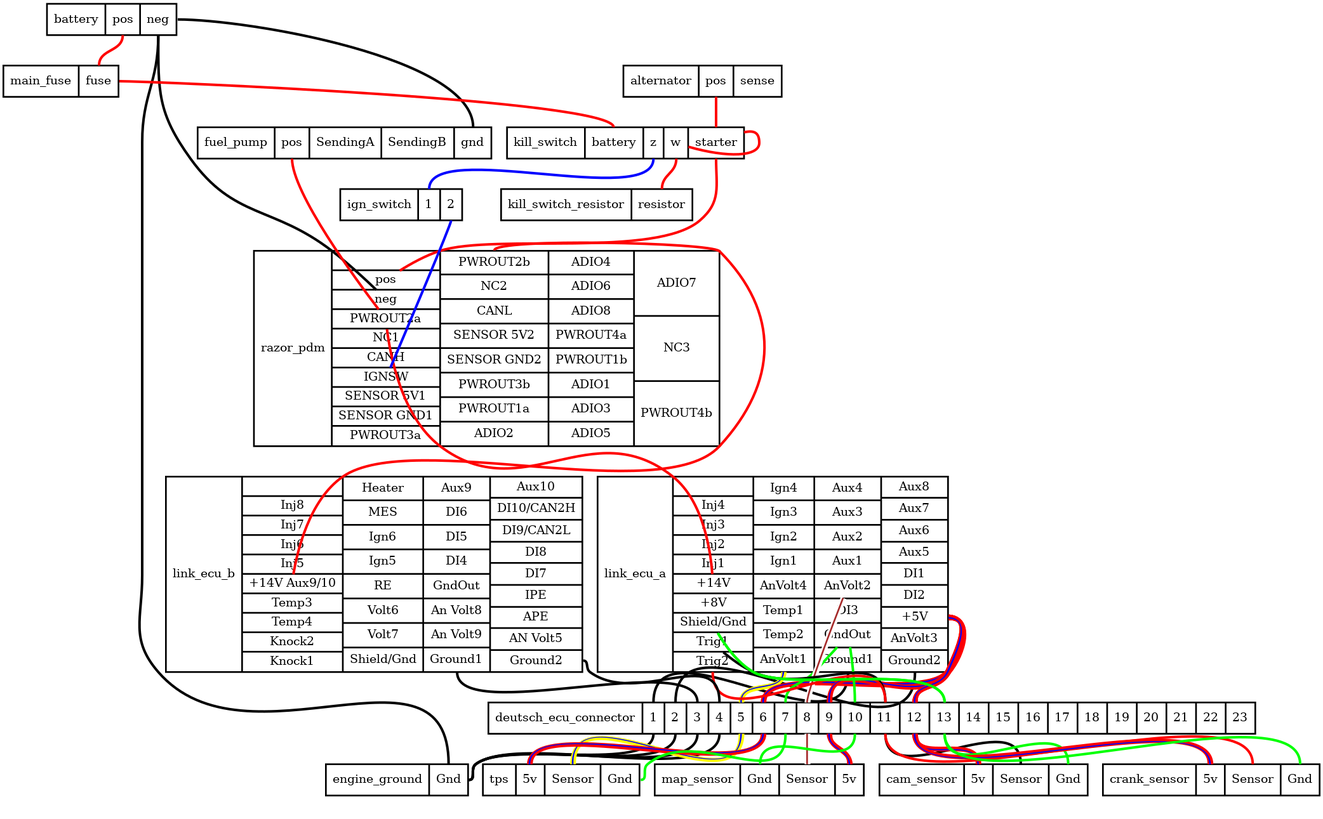
The Graphviz diagram corrado_wiring.png in djhedges/corrado_wiring, before a commit. Its source is kept beside it as corrado_wiring.dot.
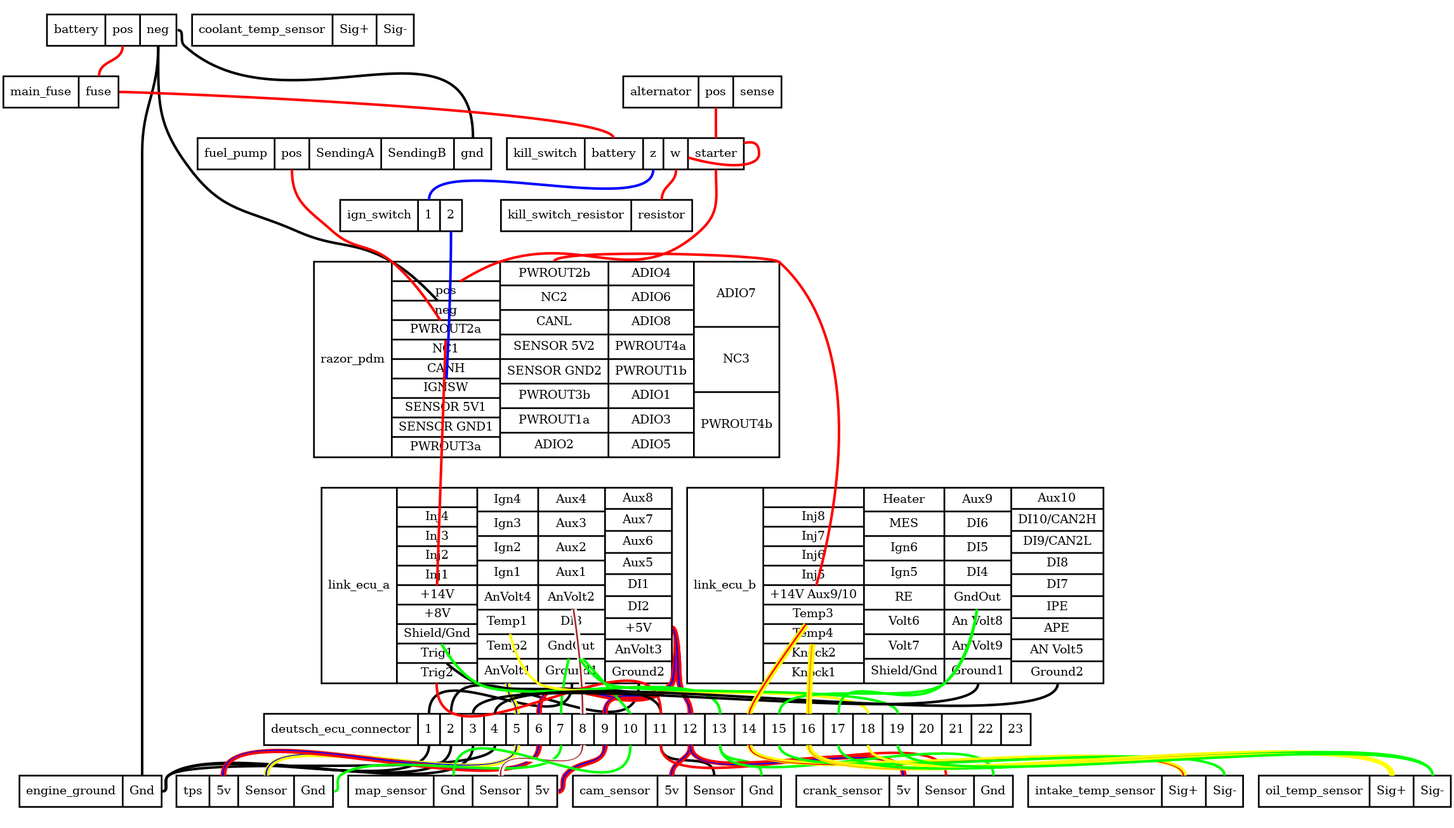
After the change.

Commit message:
Add temp sensors

The edit, as a diff of the source:
```diff
@@ -1,3 +1,3 @@
 graph "" {
-	graph [bb="0,0,1555,936"];
+	graph [bb="0,0,1710.5,936"];
 	node [label="\N"];
@@ -26,8 +26,8 @@
 NC3> NC3  | <PWROUT4b> PWROUT4b } ",
-		pos="571,528.5",
-		rects="296,413.5,388,643.5 388,620.5,516,643.5 388,597.5,516,620.5 388,574.5,516,597.5 388,551.5,516,574.5 388,528.5,516,551.5 388,505.5,\
-516,528.5 388,482.5,516,505.5 388,459.5,516,482.5 388,436.5,516,459.5 388,413.5,516,436.5 516,615.5,644,643.5 516,586.5,644,615.5 \
-516,557.5,644,586.5 516,528.5,644,557.5 516,500.5,644,528.5 516,471.5,644,500.5 516,442.5,644,471.5 516,413.5,644,442.5 644,615.5,\
-745,643.5 644,586.5,745,615.5 644,557.5,745,586.5 644,528.5,745,557.5 644,500.5,745,528.5 644,471.5,745,500.5 644,442.5,745,471.5 \
-644,413.5,745,442.5 745,567.5,846,643.5 745,490.5,846,567.5 745,413.5,846,490.5",
+		pos="642,528.5",
+		rects="367,413.5,459,643.5 459,620.5,587,643.5 459,597.5,587,620.5 459,574.5,587,597.5 459,551.5,587,574.5 459,528.5,587,551.5 459,505.5,\
+587,528.5 459,482.5,587,505.5 459,459.5,587,482.5 459,436.5,587,459.5 459,413.5,587,436.5 587,615.5,715,643.5 587,586.5,715,615.5 \
+587,557.5,715,586.5 587,528.5,715,557.5 587,500.5,715,528.5 587,471.5,715,500.5 587,442.5,715,471.5 587,413.5,715,442.5 715,615.5,\
+816,643.5 715,586.5,816,615.5 715,557.5,816,586.5 715,528.5,816,557.5 715,500.5,816,528.5 715,471.5,816,500.5 715,442.5,816,471.5 \
+715,413.5,816,442.5 816,567.5,917,643.5 816,490.5,917,567.5 816,413.5,917,490.5",
 		shape=record,
@@ -37,3 +37,4 @@
 		penwidth=3,
-		pos="183,899 183,831.95 181.85,807.43 221,753 272.76,681.05 317.72,698 388,644 407.43,629.08 428.23,609.68 440.67,597.66"];
+		pos="183,899 183,831.95 180.41,806.37 221,753 260.18,701.48 287.85,706.28 347,680 394.78,658.77 413.66,670.05 459,644 480.76,631.5 501.52,\
+610.64 513.22,597.78"];
 	fuel_pump	[height=0.51389,
@@ -47,7 +48,7 @@
 		penwidth=3,
-		pos="206,917.5 288.57,917.5 555,872.57 555,790"];
+		pos="206,917.5 214.96,917.5 207.36,905.01 214,899 331.92,792.18 555,949.11 555,790"];
 	engine_ground	[height=0.51389,
 		label="engine_ground | <Gnd> Gnd ",
-		pos="465,18.5",
-		rects="381,0.5,503,36.5 503,0.5,549,36.5",
+		pos="103,18.5",
+		rects="19,0.5,141,36.5 141,0.5,187,36.5",
 		shape=record,
@@ -57,4 +58,3 @@
 		penwidth=3,
-		pos="183,899 183,842.15 164,829.35 164,772.5 164,772.5 164,772.5 164,260.5 164,208.92 149.23,184.99 183,146 287.72,25.089 526,196.96 \
-526,37"];
+		pos="183,899 183,842.15 164,829.35 164,772.5 164,772.5 164,772.5 164,260.5 164,161.17 164,136.33 164,37"];
 	kill_switch	[height=0.51389,
@@ -75,9 +75,9 @@
 5V> +5V  | <AnVolt3> AnVolt3  | <Ground2> Ground2 } ",
-		pos="909,261.5",
-		rects="702,146.5,791,376.5 791,353.5,886,376.5 791,330.5,886,353.5 791,307.5,886,330.5 791,284.5,886,307.5 791,261.5,886,284.5 791,238.5,\
-886,261.5 791,215.5,886,238.5 791,192.5,886,215.5 791,169.5,886,192.5 791,146.5,886,169.5 886,348.5,958,376.5 886,319.5,958,348.5 \
-886,290.5,958,319.5 886,261.5,958,290.5 886,233.5,958,261.5 886,204.5,958,233.5 886,175.5,958,204.5 886,146.5,958,175.5 958,348.5,\
-1037,376.5 958,319.5,1037,348.5 958,290.5,1037,319.5 958,261.5,1037,290.5 958,233.5,1037,261.5 958,204.5,1037,233.5 958,175.5,1037,\
-204.5 958,146.5,1037,175.5 1037,351.5,1116,376.5 1037,325.5,1116,351.5 1037,300.5,1116,325.5 1037,274.5,1116,300.5 1037,249.5,1116,\
-274.5 1037,223.5,1116,249.5 1037,198.5,1116,223.5 1037,172.5,1116,198.5 1037,146.5,1116,172.5",
+		pos="583,261.5",
+		rects="376,146.5,465,376.5 465,353.5,560,376.5 465,330.5,560,353.5 465,307.5,560,330.5 465,284.5,560,307.5 465,261.5,560,284.5 465,238.5,\
+560,261.5 465,215.5,560,238.5 465,192.5,560,215.5 465,169.5,560,192.5 465,146.5,560,169.5 560,348.5,632,376.5 560,319.5,632,348.5 \
+560,290.5,632,319.5 560,261.5,632,290.5 560,233.5,632,261.5 560,204.5,632,233.5 560,175.5,632,204.5 560,146.5,632,175.5 632,348.5,\
+711,376.5 632,319.5,711,348.5 632,290.5,711,319.5 632,261.5,711,290.5 632,233.5,711,261.5 632,204.5,711,233.5 632,175.5,711,204.5 \
+632,146.5,711,175.5 711,351.5,790,376.5 711,325.5,790,351.5 711,300.5,790,325.5 711,274.5,790,300.5 711,249.5,790,274.5 711,223.5,\
+790,249.5 711,198.5,790,223.5 711,172.5,790,198.5 711,146.5,790,172.5",
 		shape=record,
@@ -87,3 +87,3 @@
 		penwidth=3,
-		pos="453.19,551.3 456.75,522.07 470.1,447.86 516,413 614.17,338.46 694.68,453.92 791,377 827.5,347.85 835.65,287.52 837.48,261.68"];
+		pos="522.57,551.19 520.81,500.96 514.18,311.8 512.43,261.72"];
 	link_ecu_b	[height=3.2083,
@@ -94,9 +94,9 @@
 CAN2L  | <DI8> DI8  | <DI7> DI7  | <IPE> IPE  | <APE> APE  | <AN Volt5> AN Volt5  | <Ground2> Ground2 } ",
-		pos="438,261.5",
-		rects="192,146.5,282,376.5 282,353.5,401,376.5 282,330.5,401,353.5 282,307.5,401,330.5 282,284.5,401,307.5 282,261.5,401,284.5 282,238.5,\
-401,261.5 282,215.5,401,238.5 282,192.5,401,215.5 282,169.5,401,192.5 282,146.5,401,169.5 401,348.5,496,376.5 401,319.5,496,348.5 \
-401,290.5,496,319.5 401,261.5,496,290.5 401,233.5,496,261.5 401,204.5,496,233.5 401,175.5,496,204.5 401,146.5,496,175.5 496,348.5,\
-575,376.5 496,319.5,575,348.5 496,290.5,575,319.5 496,261.5,575,290.5 496,233.5,575,261.5 496,204.5,575,233.5 496,175.5,575,204.5 \
-496,146.5,575,175.5 575,351.5,684,376.5 575,325.5,684,351.5 575,300.5,684,325.5 575,274.5,684,300.5 575,249.5,684,274.5 575,223.5,\
-684,249.5 575,198.5,684,223.5 575,172.5,684,198.5 575,146.5,684,172.5",
+		pos="1054,261.5",
+		rects="808,146.5,898,376.5 898,353.5,1017,376.5 898,330.5,1017,353.5 898,307.5,1017,330.5 898,284.5,1017,307.5 898,261.5,1017,284.5 898,\
+238.5,1017,261.5 898,215.5,1017,238.5 898,192.5,1017,215.5 898,169.5,1017,192.5 898,146.5,1017,169.5 1017,348.5,1112,376.5 1017,\
+319.5,1112,348.5 1017,290.5,1112,319.5 1017,261.5,1112,290.5 1017,233.5,1112,261.5 1017,204.5,1112,233.5 1017,175.5,1112,204.5 1017,\
+146.5,1112,175.5 1112,348.5,1191,376.5 1112,319.5,1191,348.5 1112,290.5,1191,319.5 1112,261.5,1191,290.5 1112,233.5,1191,261.5 1112,\
+204.5,1191,233.5 1112,175.5,1191,204.5 1112,146.5,1191,175.5 1191,351.5,1300,376.5 1191,325.5,1300,351.5 1191,300.5,1300,325.5 1191,\
+274.5,1300,300.5 1191,249.5,1300,274.5 1191,223.5,1300,249.5 1191,198.5,1300,223.5 1191,172.5,1300,198.5 1191,146.5,1300,172.5",
 		shape=record,
@@ -106,10 +106,9 @@
 		penwidth=3,
-		pos="580,644.5 580,659.28 835.57,653.97 846,643.5 918.3,570.92 915.46,488.3 846,413 778.73,340.07 482.55,433.5 401,377 360.98,349.28 \
-346.92,287.61 342.65,261.52"];
+		pos="651,644.5 651,659.28 906.05,653.43 917,643.5 1031.1,540.03 976.14,315.98 960.63,261.58"];
 	fuel_pump:pos -- razor_pdm:PWROUT2a	[color=red,
 		penwidth=3,
-		pos="341,753 341,712.58 417.12,609.15 443.29,574.79"];
+		pos="341,753 341,714.17 360.12,705.95 389,680 415.02,656.62 431.95,666.19 459,644 484.12,623.39 505.87,591.4 516.35,574.62"];
 	kill_switch:starter -- razor_pdm:pos	[color=red,
 		penwidth=3,
-		pos="842,753 842,719.47 848.28,702.02 823,680 771.2,634.89 581.51,664.66 516,644 498.79,638.57 480.83,628.44 468.34,620.56"];
+		pos="842,753 842,719.47 847.9,702.45 823,680 744.2,608.95 687.62,677.67 587,644 570,638.31 552.17,628.32 539.66,620.55"];
 	kill_switch:starter -- kill_switch:w	[color=red,
@@ -140,7 +139,7 @@
 13 | <14> 14 | <15> 15 | <16> 16 | <17> 17 | <18> 18 | <19> 19 | <20> 20 | <21> 21 | <22> 22 | <23> 23 ",
-		pos="1026,91.5",
-		rects="573,73.5,755,109.5 755,73.5,781,109.5 781,73.5,807,109.5 807,73.5,833,109.5 833,73.5,859,109.5 859,73.5,885,109.5 885,73.5,911,109.5 \
-911,73.5,937,109.5 937,73.5,963,109.5 963,73.5,989,109.5 989,73.5,1024,109.5 1024,73.5,1059,109.5 1059,73.5,1094,109.5 1094,73.5,\
-1129,109.5 1129,73.5,1164,109.5 1164,73.5,1199,109.5 1199,73.5,1234,109.5 1234,73.5,1269,109.5 1269,73.5,1304,109.5 1304,73.5,1339,\
-109.5 1339,73.5,1374,109.5 1374,73.5,1409,109.5 1409,73.5,1444,109.5 1444,73.5,1479,109.5",
+		pos="761,91.5",
+		rects="308,73.5,490,109.5 490,73.5,516,109.5 516,73.5,542,109.5 542,73.5,568,109.5 568,73.5,594,109.5 594,73.5,620,109.5 620,73.5,646,109.5 \
+646,73.5,672,109.5 672,73.5,698,109.5 698,73.5,724,109.5 724,73.5,759,109.5 759,73.5,794,109.5 794,73.5,829,109.5 829,73.5,864,109.5 \
+864,73.5,899,109.5 899,73.5,934,109.5 934,73.5,969,109.5 969,73.5,1004,109.5 1004,73.5,1039,109.5 1039,73.5,1074,109.5 1074,73.5,\
+1109,109.5 1109,73.5,1144,109.5 1144,73.5,1179,109.5 1179,73.5,1214,109.5",
 		shape=record,
@@ -150,51 +149,69 @@
 		penwidth=3,
-		pos="998,146 998,42.533 768,213.47 768,110"];
+		pos="672,146 672,69.204 503,186.8 503,110"];
 	link_ecu_a:Ground2 -- deutsch_ecu_connector:2	[color=black,
 		penwidth=3,
-		pos="1077,146 1077,19.209 794,236.79 794,110"];
+		pos="751,146 751,46.044 529,209.96 529,110"];
 	link_ecu_a:AnVolt1 -- deutsch_ecu_connector:5	[color="yellow:blue:yellow",
 		penwidth=3,
-		pos="922,146 922,118.62 872,137.38 872,110"];
+		pos="596,146 596,129.27 607,126.73 607,110"];
 	link_ecu_a:"+5V" -- deutsch_ecu_connector:6	[color="red:blue:red",
 		penwidth=3,
-		pos="1117,210.5 1145.7,210.5 1134.7,167.72 1116,146 1083.9,108.81 898,159.1 898,110"];
+		pos="791,210.5 798.17,210.5 794.51,151.57 790,146 744.96,90.355 633,181.59 633,110"];
 	link_ecu_a:GndOut -- deutsch_ecu_connector:7	[color=green,
 		penwidth=3,
-		pos="985.08,175.35 977.27,166.82 967.09,155.76 958,146 943,129.9 924,132.01 924,110"];
+		pos="668.24,175.25 664.4,159.43 659,133.08 659,110"];
 	link_ecu_a:AnVolt2 -- deutsch_ecu_connector:8	[color="white:brown:white",
 		penwidth=3,
-		pos="992.49,233.43 979.89,201 950,122.77 950,110"];
+		pos="674.21,233.49 677.91,208.67 685,155.32 685,110"];
 	link_ecu_a:"+5V" -- deutsch_ecu_connector:9	[color="red:blue:red",
 		penwidth=3,
-		pos="1117,210.5 1145.7,210.5 1133.7,168.52 1116,146 1076.2,95.535 976,174.25 976,110"];
+		pos="791,210.5 798.17,210.5 793.92,152 790,146 768.88,113.71 711,148.58 711,110"];
 	link_ecu_a:GndOut -- deutsch_ecu_connector:10	[color=green,
 		penwidth=3,
-		pos="1000.3,175.47 1002.6,159.62 1006,133.03 1006,110"];
+		pos="684.66,175.4 704.58,153.13 741,112.12 741,110"];
 	link_ecu_a:Trig1 -- deutsch_ecu_connector:11	[color=black,
 		penwidth=3,
-		pos="850.57,169.32 859.78,161.69 872.91,151.92 886,146 950.83,116.66 1042,181.16 1042,110"];
+		pos="524.07,169.4 533.25,161.59 546.54,151.59 560,146 605.14,127.24 777,158.88 777,110"];
 	link_ecu_a:"+5V" -- deutsch_ecu_connector:12	[color="red:blue:red",
 		penwidth=3,
-		pos="1117,210.5 1145.7,210.5 1127.7,172.17 1116,146 1106.4,124.47 1077,133.59 1077,110"];
+		pos="791,210.5 798.22,210.5 797.32,153.02 799,146 802.96,129.46 812,127.01 812,110"];
 	link_ecu_a:"Shield/Gnd" -- deutsch_ecu_connector:13	[color=green,
 		penwidth=3,
-		pos="844.1,192.09 851.92,178.69 866.78,156.92 886,146 930.22,120.88 1112,160.86 1112,110"];
+		pos="517.77,192.45 525.45,178.99 540.37,156.72 560,146 616.41,115.18 847,174.28 847,110"];
 	link_ecu_a:Trig2 -- deutsch_ecu_connector:11	[color=red,
 		penwidth=3,
-		pos="838,146 838,53.932 1042,202.07 1042,110"];
+		pos="512,146 512,27.14 777,228.86 777,110"];
 	link_ecu_a:"+5V" -- deutsch_ecu_connector:12	[color="red:blue:red",
 		penwidth=3,
-		pos="1117,210.5 1145.7,210.5 1127.7,172.17 1116,146 1106.4,124.47 1077,133.59 1077,110"];
+		pos="791,210.5 798.22,210.5 797.32,153.02 799,146 802.96,129.46 812,127.01 812,110"];
 	link_ecu_a:"Shield/Gnd" -- deutsch_ecu_connector:13	[color=green,
 		penwidth=3,
-		pos="844.1,192.09 851.92,178.69 866.78,156.92 886,146 930.22,120.88 1112,160.86 1112,110"];
+		pos="517.77,192.45 525.45,178.99 540.37,156.72 560,146 616.41,115.18 847,174.28 847,110"];
+	link_ecu_a:Temp1 -- deutsch_ecu_connector:18	[color=yellow,
+		penwidth=3,
+		pos="598.72,204.32 602.78,187.37 612.18,159.59 632,146 667.89,121.39 1022,153.52 1022,110"];
+	link_ecu_a:GndOut -- deutsch_ecu_connector:19	[color=green,
+		penwidth=3,
+		pos="680.68,175.2 687.57,165.21 698.17,152.55 711,146 745.43,128.43 1057,148.65 1057,110"];
 	link_ecu_b:Ground1 -- deutsch_ecu_connector:3	[color=black,
 		penwidth=3,
-		pos="536,146 536,82.384 820,173.62 820,110"];
+		pos="1152,146 1152,79.546 555,176.45 555,110"];
 	link_ecu_b:Ground2 -- deutsch_ecu_connector:4	[color=black,
 		penwidth=3,
-		pos="685,159.5 691.97,159.5 687.38,150.13 693,146 749.3,104.65 846,179.86 846,110"];
+		pos="1246,146 1246,72.003 581,184 581,110"];
+	link_ecu_b:Temp3 -- deutsch_ecu_connector:14	[color="yellow:red:yellow",
+		penwidth=3,
+		pos="948.69,215.16 929.16,188.31 882,122.21 882,110"];
+	link_ecu_b:GndOut -- deutsch_ecu_connector:15	[color=green,
+		penwidth=3,
+		pos="1150.7,233.19 1147.8,210.9 1138.9,168.16 1112,146 1078,117.99 917,154.07 917,110"];
+	link_ecu_b:Temp4 -- deutsch_ecu_connector:16	[color="yellow:orange:yellow",
+		penwidth=3,
+		pos="956.01,192.28 954.56,174.74 952,139.75 952,110"];
+	link_ecu_b:GndOut -- deutsch_ecu_connector:17	[color=green,
+		penwidth=3,
+		pos="1150.4,233.49 1147.2,211.62 1137.8,169.45 1112,146 1069.2,107.11 987,167.81 987,110"];
 	ign_switch:2 -- razor_pdm:IGNSW	[color=blue,
 		penwidth=3,
-		pos="529,680 529,675.28 474.44,546.35 457.17,505.67"];
+		pos="529,680 529,614.24 525.23,535.5 523.67,505.72"];
 	alternator	[height=0.51389,
@@ -211,16 +228,16 @@
 		penwidth=3,
-		pos="768,73 768,25.653 595.22,66.261 558,37 550.96,31.464 558.96,18.5 550,18.5"];
+		pos="503,73 503,4.0896 249.32,79.398 195,37 188.07,31.591 196.79,18.5 188,18.5"];
 	deutsch_ecu_connector:2 -- engine_ground:Gnd	[color=black,
 		penwidth=3,
-		pos="794,73 794,19.949 600.01,69.401 558,37 550.91,31.529 558.96,18.5 550,18.5"];
+		pos="529,73 529,-1.6521 254.06,82.665 195,37 188.05,31.622 196.79,18.5 188,18.5"];
 	deutsch_ecu_connector:3 -- engine_ground:Gnd	[color=black,
 		penwidth=3,
-		pos="820,73 820,14.231 604.8,72.548 558,37 550.87,31.582 558.96,18.5 550,18.5"];
+		pos="555,73 555,-7.399 258.79,85.935 195,37 188.02,31.649 196.79,18.5 188,18.5"];
 	deutsch_ecu_connector:4 -- engine_ground:Gnd	[color=black,
 		penwidth=3,
-		pos="846,73 846,8.5019 609.6,75.699 558,37 550.83,31.625 558.96,18.5 550,18.5"];
+		pos="581,73 581,29.925 229.26,63.104 195,37 188.01,31.673 196.79,18.5 188,18.5"];
 	tps	[height=0.51389,
 		label="tps | <5v> 5v | <Sensor> Sensor | <Gnd> Gnd ",
-		pos="659,18.5",
-		rects="566.5,0.5,605.5,36.5 605.5,0.5,639.5,36.5 639.5,0.5,705.5,36.5 705.5,0.5,751.5,36.5",
+		pos="297,18.5",
+		rects="204.5,0.5,243.5,36.5 243.5,0.5,277.5,36.5 277.5,0.5,343.5,36.5 343.5,0.5,389.5,36.5",
 		shape=record,
@@ -230,13 +247,13 @@
 		penwidth=3,
-		pos="872,73 872,-16.88 673,126.88 673,37"];
+		pos="607,73 607,6.7375 311,103.26 311,37"];
 	deutsch_ecu_connector:6 -- tps:"5v"	[color="red:blue:red",
 		penwidth=3,
-		pos="898,73 898,11.147 622,98.853 622,37"];
+		pos="633,73 633,-10.274 260,120.27 260,37"];
 	deutsch_ecu_connector:7 -- tps:Gnd	[color=green,
 		penwidth=3,
-		pos="924,73 924,-1.1903 818.22,84.225 761,37 754.09,31.298 761.96,18.5 753,18.5"];
+		pos="659,73 659,14.451 443.78,73.499 398,37 391.13,31.52 399.79,18.5 391,18.5"];
 	map_sensor	[height=0.51389,
 		label="map_sensor | <Gnd> Gnd | <Sensor> Sensor | <5v> 5v ",
-		pos="893,18.5",
-		rects="769.5,0.5,870.5,36.5 870.5,0.5,916.5,36.5 916.5,0.5,982.5,36.5 982.5,0.5,1016.5,36.5",
+		pos="531,18.5",
+		rects="407.5,0.5,508.5,36.5 508.5,0.5,554.5,36.5 554.5,0.5,620.5,36.5 620.5,0.5,654.5,36.5",
 		shape=record,
@@ -246,13 +263,13 @@
 		penwidth=3,
-		pos="950,73 950,57 950,53 950,37"];
+		pos="685,73 685,27.016 588,82.984 588,37"];
 	deutsch_ecu_connector:9 -- map_sensor:"5v"	[color="red:blue:red",
 		penwidth=3,
-		pos="976,73 976,53.77 1000,56.23 1000,37"];
+		pos="711,73 711,46.688 680.19,57.744 664,37 658.49,29.938 664.96,18.5 656,18.5"];
 	deutsch_ecu_connector:10 -- map_sensor:Gnd	[color=green,
 		penwidth=3,
-		pos="1006,73 1006,20.714 894,89.286 894,37"];
+		pos="741,73 741,-21.257 532,131.26 532,37"];
 	cam_sensor	[height=0.51389,
 		label="cam_sensor | <5v> 5v | <Sensor> Sensor | <Gnd> Gnd ",
-		pos="1158,18.5",
-		rects="1035,0.5,1135,36.5 1135,0.5,1169,36.5 1169,0.5,1235,36.5 1235,0.5,1281,36.5",
+		pos="796,18.5",
+		rects="673,0.5,773,36.5 773,0.5,807,36.5 807,0.5,873,36.5 873,0.5,919,36.5",
 		shape=record,
@@ -262,13 +279,13 @@
 		penwidth=3,
-		pos="1042,73 1042,0.11111 1202,109.89 1202,37"];
+		pos="777,73 777,40.751 840,69.249 840,37"];
 	deutsch_ecu_connector:12 -- cam_sensor:"5v"	[color="red:blue:red",
 		penwidth=3,
-		pos="1077,73 1077,36.026 1152,73.974 1152,37"];
+		pos="812,73 812,54.249 790,55.751 790,37"];
 	deutsch_ecu_connector:13 -- cam_sensor:Gnd	[color=green,
 		penwidth=3,
-		pos="1112,73 1112,6.1676 1258,103.83 1258,37"];
+		pos="847,73 847,45.976 896,64.024 896,37"];
 	crank_sensor	[height=0.51389,
 		label="crank_sensor | <5v> 5v | <Sensor> Sensor | <Gnd> Gnd ",
-		pos="1427,18.5",
-		rects="1299,0.5,1409,36.5 1409,0.5,1443,36.5 1443,0.5,1509,36.5 1509,0.5,1555,36.5",
+		pos="1065,18.5",
+		rects="937,0.5,1047,36.5 1047,0.5,1081,36.5 1081,0.5,1147,36.5 1147,0.5,1193,36.5",
 		shape=record,
@@ -278,9 +295,48 @@
 		penwidth=3,
-		pos="1042,73 1042,-23.776 1476,133.78 1476,37"];
+		pos="777,73 777,-2.315 1114,112.31 1114,37"];
 	deutsch_ecu_connector:12 -- crank_sensor:"5v"	[color="red:blue:red",
 		penwidth=3,
-		pos="1077,73 1077,-4.9671 1426,114.97 1426,37"];
+		pos="812,73 812,16.431 1064,93.569 1064,37"];
 	deutsch_ecu_connector:13 -- crank_sensor:Gnd	[color=green,
 		penwidth=3,
-		pos="1112,73 1112,-20.676 1532,130.68 1532,37"];
+		pos="847,73 847,0.77778 1170,109.22 1170,37"];
+	intake_temp_sensor	[height=0.51389,
+		label="intake_temp_sensor | <Sig+> Sig+ | <Sig-> Sig- ",
+		pos="1338,18.5",
+		rects="1211,0.5,1369,36.5 1369,0.5,1421,36.5 1421,0.5,1465,36.5",
+		shape=record,
+		style=bold,
+		width=3.5278];
+	deutsch_ecu_connector:14 -- intake_temp_sensor:"Sig+"	[color="yellow:red:yellow",
+		penwidth=3,
+		pos="882,73 882,15.86 1395,94.14 1395,37"];
+	deutsch_ecu_connector:15 -- intake_temp_sensor:"Sig-"	[color=green,
+		penwidth=3,
+		pos="917,73 917,14.419 1443,95.581 1443,37"];
+	oil_temp_sensor	[height=0.51389,
+		label="oil_temp_sensor | <Sig+> Sig+ | <Sig-> Sig- ",
+		pos="1597,18.5",
+		rects="1483.5,0.5,1614.5,36.5 1614.5,0.5,1666.5,36.5 1666.5,0.5,1710.5,36.5",
+		shape=record,
+		style=bold,
+		width=3.1528];
+	deutsch_ecu_connector:16 -- oil_temp_sensor:"Sig+"	[color="yellow:orange:yellow",
+		penwidth=3,
+		pos="952,73 952,-3.66 1641,113.66 1641,37"];
+	deutsch_ecu_connector:17 -- oil_temp_sensor:"Sig-"	[color=green,
+		penwidth=3,
+		pos="987,73 987,-5.1025 1689,115.1 1689,37"];
+	deutsch_ecu_connector:18 -- oil_temp_sensor:"Sig+"	[color=yellow,
+		penwidth=3,
+		pos="1022,73 1022,4.106 1641,105.89 1641,37"];
+	deutsch_ecu_connector:19 -- oil_temp_sensor:"Sig-"	[color=green,
+		penwidth=3,
+		pos="1057,73 1057,2.6639 1689,107.34 1689,37"];
+	coolant_temp_sensor	[height=0.51389,
+		label="coolant_temp_sensor | <Sig+> Sig+ | <Sig-> Sig- ",
+		pos="354,917.5",
+		rects="223,899.5,389,935.5 389,899.5,441,935.5 441,899.5,485,935.5",
+		shape=record,
+		style=bold,
+		width=3.6389];
 }
```
